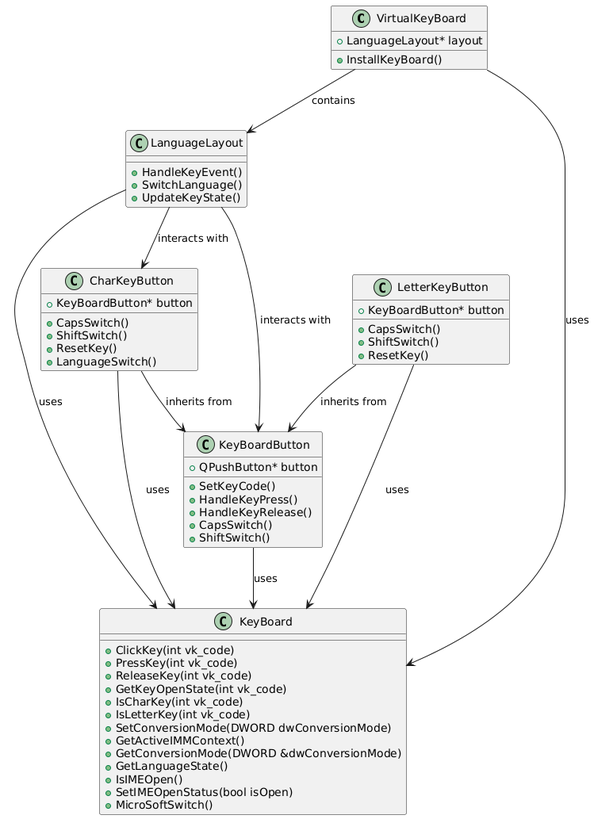
This is QtKeyBoard/document/类图.png from 17321912112/QtKeyBoard, a PlantUML export, as it was before one commit.
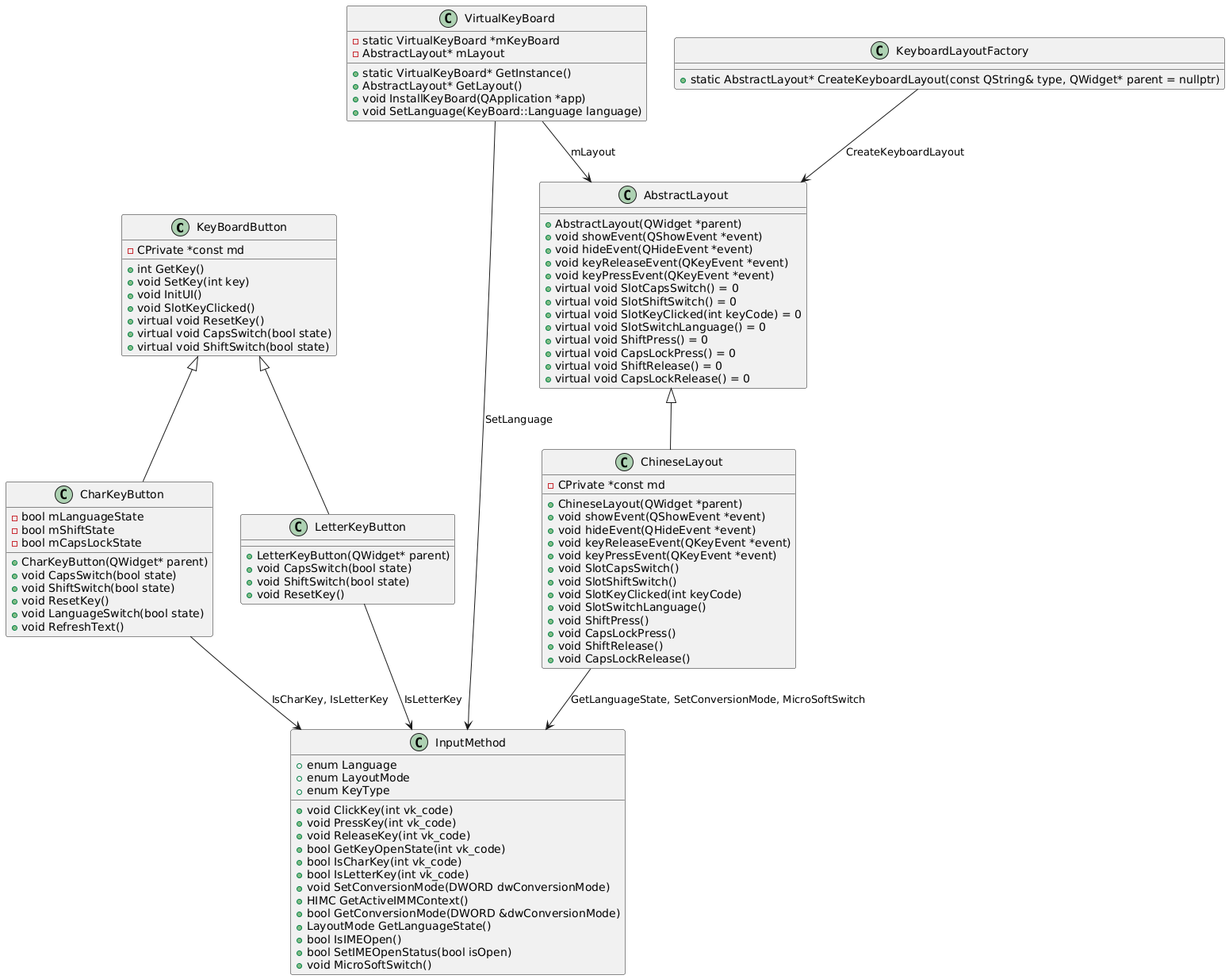
Above is the later version.

Change to the diagram source:
```diff
@@ -1,63 +1,108 @@
 @startuml
-class VirtualKeyBoard{
-        +InstallKeyBoard()
-        +LanguageLayout* layout
-    }
-    VirtualKeyBoard --> LanguageLayout : "contains"
-
-    class LanguageLayout{
-        +HandleKeyEvent()
-        +SwitchLanguage()
-        +UpdateKeyState()
-    }
-    LanguageLayout --> CharKeyButton : "interacts with"
-    LanguageLayout --> KeyBoardButton : "interacts with"
-
-    class KeyBoardButton{
-        +QPushButton* button
-        +SetKeyCode()
-        +HandleKeyPress()
-        +HandleKeyRelease()
-        +CapsSwitch()
-        +ShiftSwitch()
+class KeyBoardButton{
+        +int GetKey()
+        +void SetKey(int key)
+        +void InitUI()
+        +void SlotKeyClicked()
+        +virtual void ResetKey()
+        +virtual void CapsSwitch(bool state)
+        +virtual void ShiftSwitch(bool state)
+        -CPrivate *const md
     }
 
     class CharKeyButton{
-        +KeyBoardButton* button
-        +CapsSwitch()
-        +ShiftSwitch()
-        +ResetKey()
-        +LanguageSwitch()
+        +CharKeyButton(QWidget* parent)
+        +void CapsSwitch(bool state)
+        +void ShiftSwitch(bool state)
+        +void ResetKey()
+        +void LanguageSwitch(bool state)
+        +void RefreshText()
+        -bool mLanguageState
+        -bool mShiftState
+        -bool mCapsLockState
     }
-    CharKeyButton --> KeyBoardButton : "inherits from"
 
     class LetterKeyButton{
-        +KeyBoardButton* button
-        +CapsSwitch()
-        +ShiftSwitch()
-        +ResetKey()
-    }
-    LetterKeyButton --> KeyBoardButton : "inherits from"
-
-    class KeyBoard{
-        +ClickKey(int vk_code)
-        +PressKey(int vk_code)
-        +ReleaseKey(int vk_code)
-        +GetKeyOpenState(int vk_code)
-        +IsCharKey(int vk_code)
-        +IsLetterKey(int vk_code)
-        +SetConversionMode(DWORD dwConversionMode)
-        +GetActiveIMMContext()
-        +GetConversionMode(DWORD &dwConversionMode)
-        +GetLanguageState()
-        +IsIMEOpen()
-        +SetIMEOpenStatus(bool isOpen)
-        +MicroSoftSwitch()
+        +LetterKeyButton(QWidget* parent)
+        +void CapsSwitch(bool state)
+        +void ShiftSwitch(bool state)
+        +void ResetKey()
     }
 
-    VirtualKeyBoard --> KeyBoard : "uses"
-    LanguageLayout --> KeyBoard : "uses"
-    KeyBoardButton --> KeyBoard : "uses"
-    CharKeyButton --> KeyBoard : "uses"
-    LetterKeyButton --> KeyBoard : "uses"
+    class AbstractLayout{
+        +AbstractLayout(QWidget *parent)
+        +void showEvent(QShowEvent *event)
+        +void hideEvent(QHideEvent *event)
+        +void keyReleaseEvent(QKeyEvent *event)
+        +void keyPressEvent(QKeyEvent *event)
+        +virtual void SlotCapsSwitch() = 0
+        +virtual void SlotShiftSwitch() = 0
+        +virtual void SlotKeyClicked(int keyCode) = 0
+        +virtual void SlotSwitchLanguage() = 0
+        +virtual void ShiftPress() = 0
+        +virtual void CapsLockPress() = 0
+        +virtual void ShiftRelease() = 0
+        +virtual void CapsLockRelease() = 0
+    }
+
+    class ChineseLayout{
+        +ChineseLayout(QWidget *parent)
+        +void showEvent(QShowEvent *event)
+        +void hideEvent(QHideEvent *event)
+        +void keyReleaseEvent(QKeyEvent *event)
+        +void keyPressEvent(QKeyEvent *event)
+        +void SlotCapsSwitch()
+        +void SlotShiftSwitch()
+        +void SlotKeyClicked(int keyCode)
+        +void SlotSwitchLanguage()
+        +void ShiftPress()
+        +void CapsLockPress()
+        +void ShiftRelease()
+        +void CapsLockRelease()
+        -CPrivate *const md
+    }
+
+    class VirtualKeyBoard{
+        +static VirtualKeyBoard* GetInstance()
+        +AbstractLayout* GetLayout()
+        +void InstallKeyBoard(QApplication *app)
+        +void SetLanguage(KeyBoard::Language language)
+        -static VirtualKeyBoard *mKeyBoard
+        -AbstractLayout* mLayout
+    }
+
+    class KeyboardLayoutFactory{
+        +static AbstractLayout* CreateKeyboardLayout(const QString& type, QWidget* parent = nullptr)
+    }
+
+    class InputMethod{
+        +enum Language
+        +enum LayoutMode
+        +enum KeyType
+        +void ClickKey(int vk_code)
+        +void PressKey(int vk_code)
+        +void ReleaseKey(int vk_code)
+        +bool GetKeyOpenState(int vk_code)
+        +bool IsCharKey(int vk_code)
+        +bool IsLetterKey(int vk_code)
+        +void SetConversionMode(DWORD dwConversionMode)
+        +HIMC GetActiveIMMContext()
+        +bool GetConversionMode(DWORD &dwConversionMode)
+        +LayoutMode GetLanguageState()
+        +bool IsIMEOpen()
+        +bool SetIMEOpenStatus(bool isOpen)
+        +void MicroSoftSwitch()
+    }
+
+    KeyBoardButton <|-- CharKeyButton
+    KeyBoardButton <|-- LetterKeyButton
+    AbstractLayout <|-- ChineseLayout
+
+    VirtualKeyBoard --> AbstractLayout : "mLayout"
+    KeyboardLayoutFactory --> AbstractLayout : "CreateKeyboardLayout"
+
+    CharKeyButton --> InputMethod : "IsCharKey, IsLetterKey"
+    LetterKeyButton --> InputMethod : "IsLetterKey"
+    ChineseLayout --> InputMethod : "GetLanguageState, SetConversionMode, MicroSoftSwitch"
+    VirtualKeyBoard --> InputMethod : "SetLanguage"
 @enduml
```
